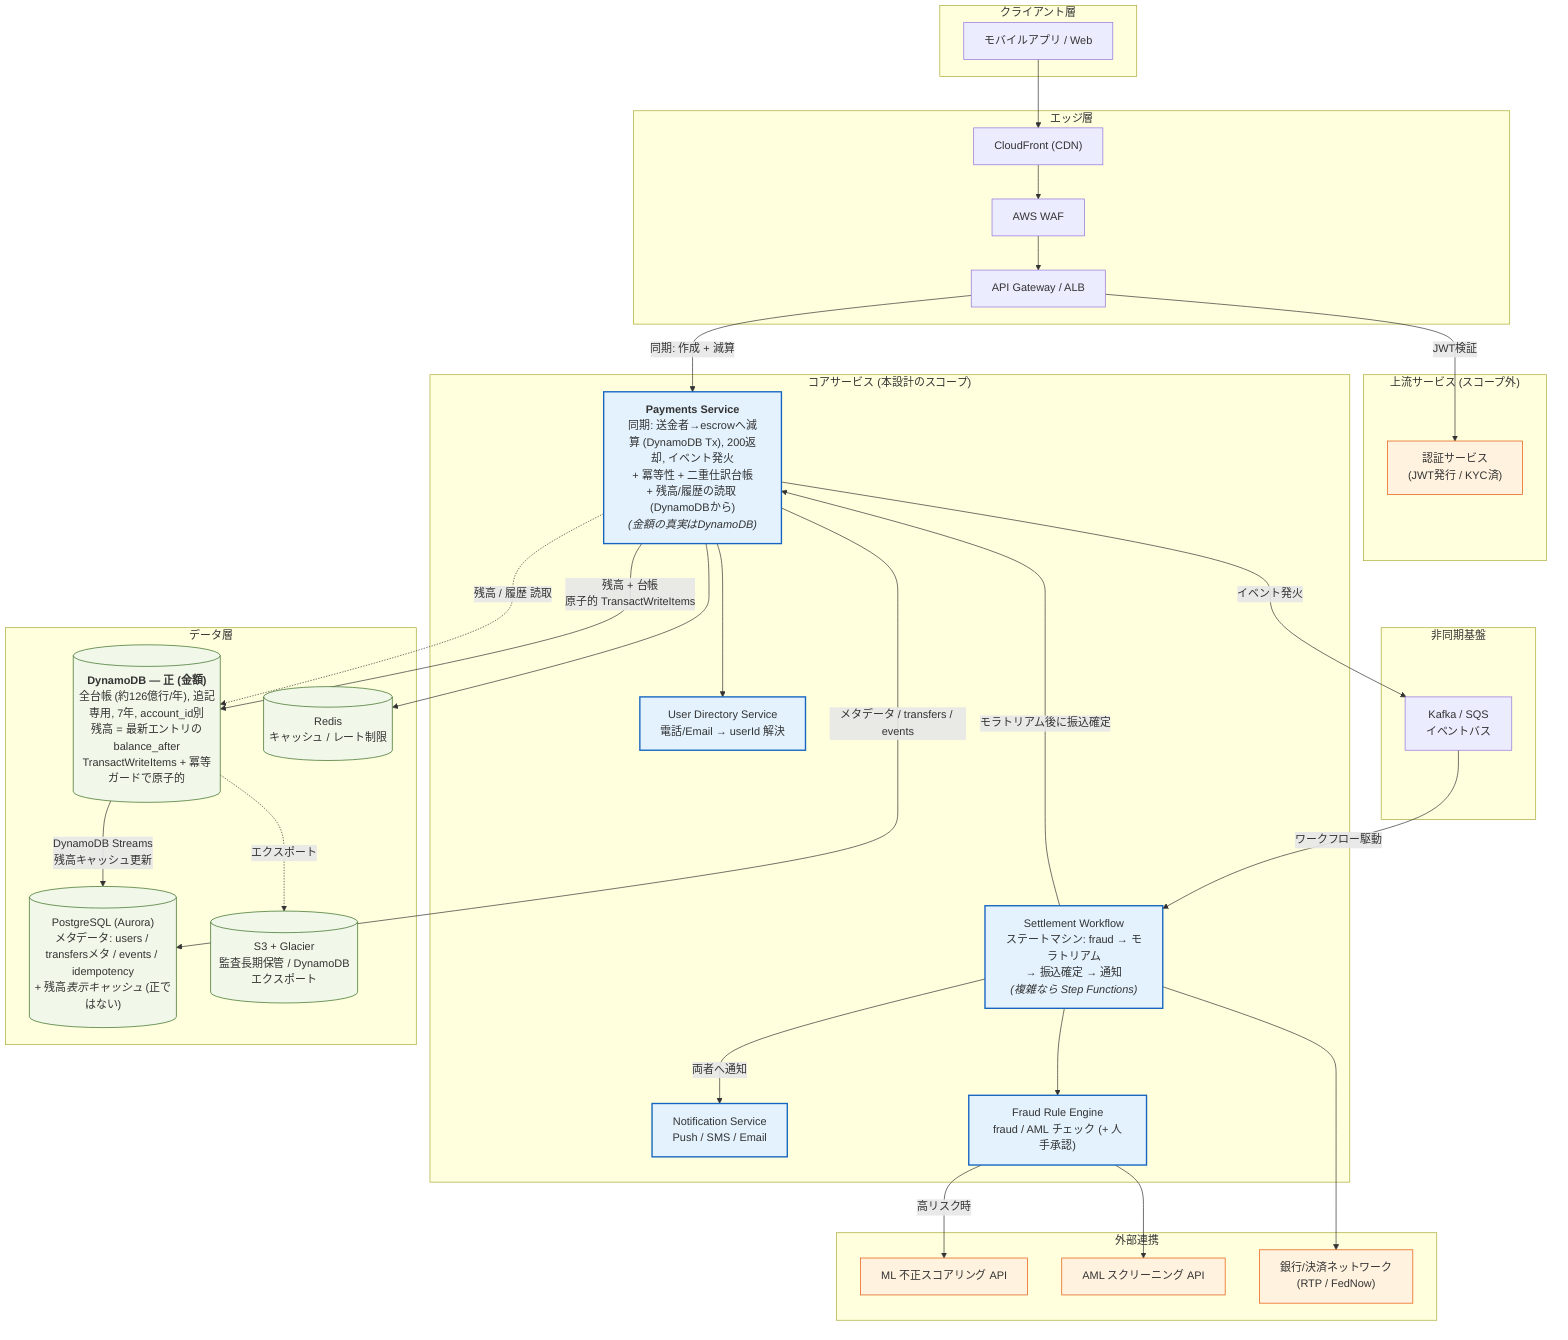
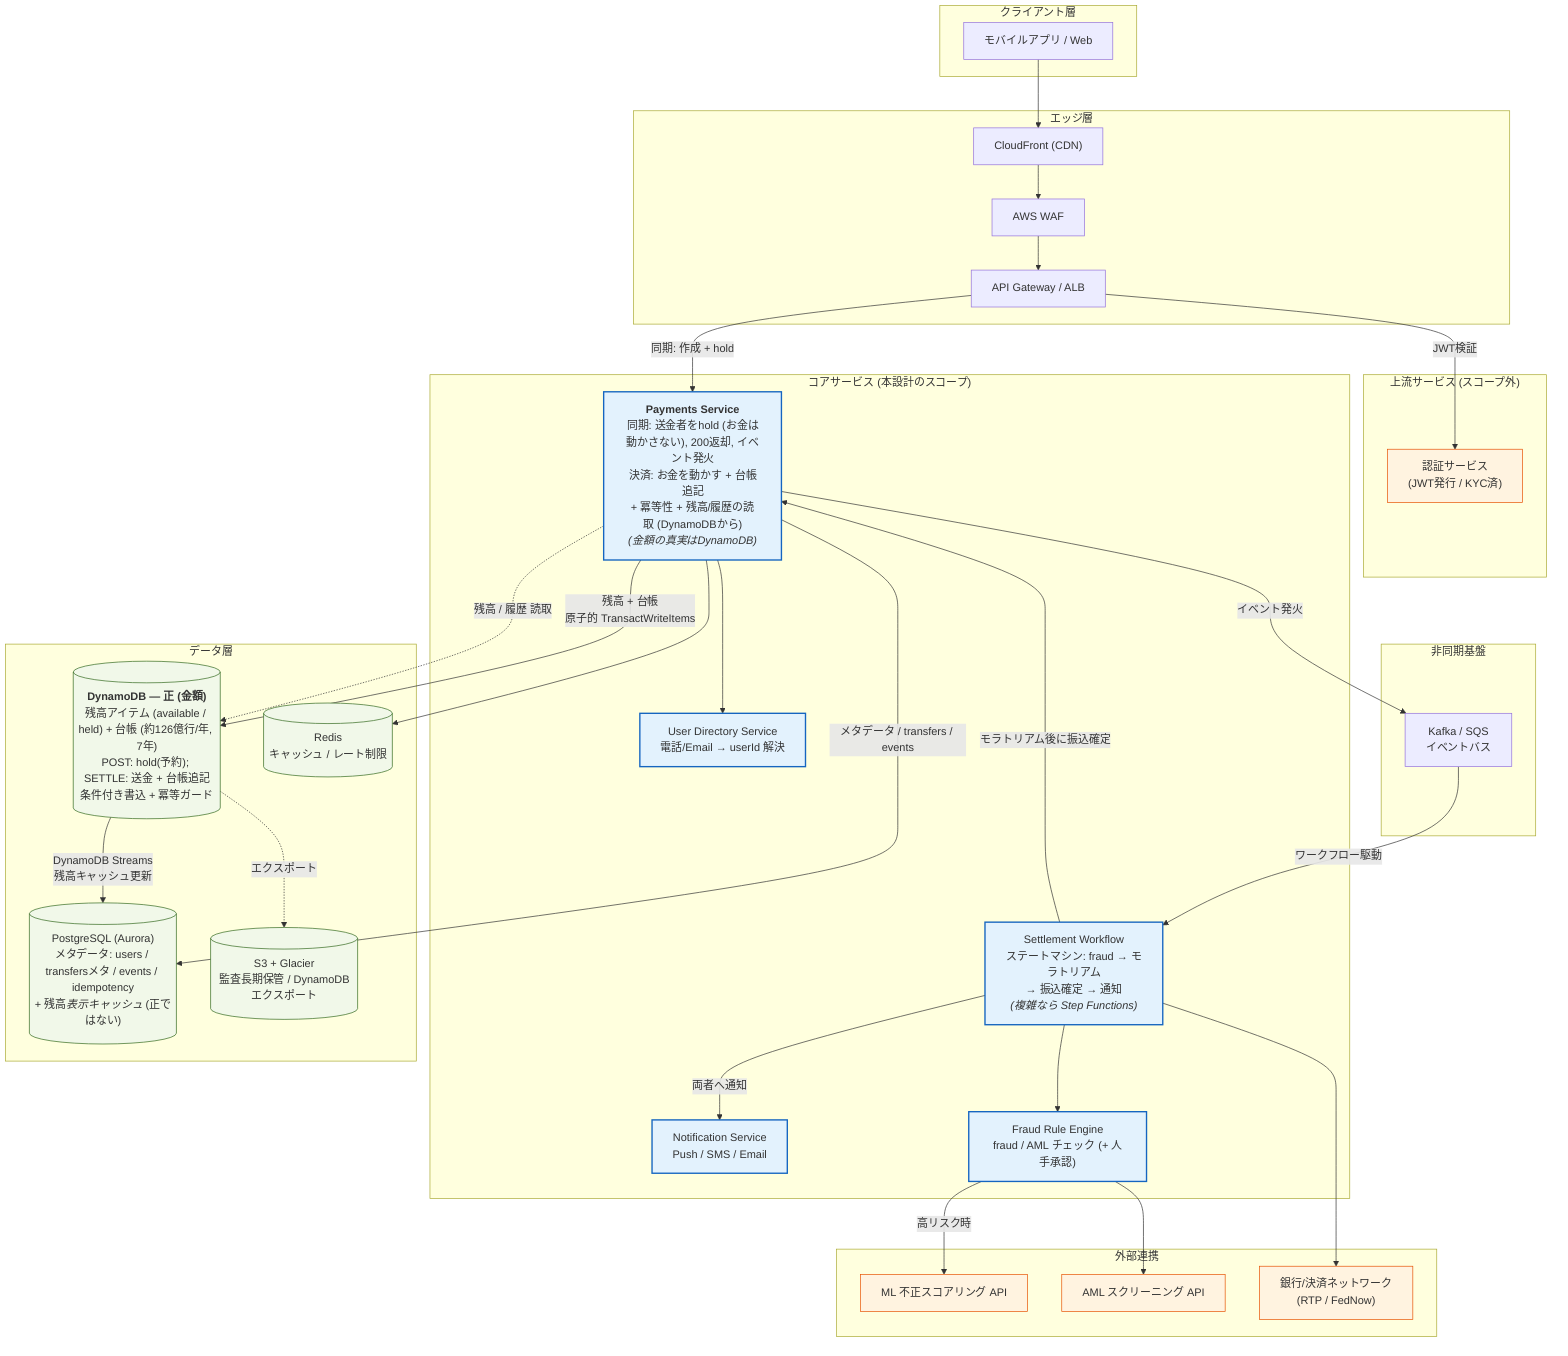
graph TB
    subgraph Client["クライアント層"]
        MOBILE["モバイルアプリ / Web"]
    end

    subgraph Edge["エッジ層"]
        CDN["CloudFront (CDN)"]
        WAF["AWS WAF"]
        APIGW["API Gateway / ALB"]
    end

    subgraph Upstream["上流サービス (スコープ外)"]
        AUTH["認証サービス<br/>(JWT発行 / KYC済)"]
    end

    subgraph Core["コアサービス (本設計のスコープ)"]
-         PAYMENTS["<b>Payments Service</b><br/>同期: 送金者→escrowへ減算 (DynamoDB Tx), 200返却, イベント発火<br/>+ 冪等性 + 二重仕訳台帳<br/>+ 残高/履歴の読取 (DynamoDBから)<br/><i>(金額の真実はDynamoDB)</i>"]
+         PAYMENTS["<b>Payments Service</b><br/>同期: 送金者をhold (お金は動かさない), 200返却, イベント発火<br/>決済: お金を動かす + 台帳追記<br/>+ 冪等性 + 残高/履歴の読取 (DynamoDBから)<br/><i>(金額の真実はDynamoDB)</i>"]
        WF["Settlement Workflow<br/>ステートマシン: fraud → モラトリアム<br/>→ 振込確定 → 通知<br/><i>(複雑なら Step Functions)</i>"]
        USER["User Directory Service<br/>電話/Email → userId 解決"]
        NOTIFY["Notification Service<br/>Push / SMS / Email"]
        FRAUD["Fraud Rule Engine<br/>fraud / AML チェック (+ 人手承認)"]
    end

    subgraph Async["非同期基盤"]
        MQ["Kafka / SQS<br/>イベントバス"]
    end

    subgraph Data["データ層"]
-         DDB[("<b>DynamoDB — 正 (金額)</b><br/>全台帳 (約126億行/年), 追記専用, 7年, account_id別<br/>残高 = 最新エントリのbalance_after<br/>TransactWriteItems + 冪等ガードで原子的")]
+         DDB[("<b>DynamoDB — 正 (金額)</b><br/>残高アイテム (available / held) + 台帳 (約126億行/年, 7年)<br/>POST: hold(予約); SETTLE: 送金 + 台帳追記<br/>条件付き書込 + 冪等ガード")]
        LEDGERDB[("PostgreSQL (Aurora)<br/>メタデータ: users / transfersメタ / events / idempotency<br/>+ 残高<i>表示キャッシュ</i> (正ではない)")]
        CACHE[("Redis<br/>キャッシュ / レート制限")]
        ARCHIVE[("S3 + Glacier<br/>監査長期保管 / DynamoDBエクスポート")]
    end

    subgraph External["外部連携"]
        ML["ML 不正スコアリング API"]
        AML["AML スクリーニング API"]
        BANK["銀行/決済ネットワーク<br/>(RTP / FedNow)"]
    end

    MOBILE --> CDN --> WAF --> APIGW
    APIGW -->|JWT検証| AUTH
-     APIGW -->|同期: 作成 + 減算| PAYMENTS
+     APIGW -->|同期: 作成 + hold| PAYMENTS

    PAYMENTS --> USER
    PAYMENTS --> CACHE
    PAYMENTS -->|残高 + 台帳<br/>原子的 TransactWriteItems| DDB
    PAYMENTS -.残高 / 履歴 読取.-> DDB
    PAYMENTS -->|メタデータ / transfers / events| LEDGERDB
    PAYMENTS -->|イベント発火| MQ

    MQ -->|ワークフロー駆動| WF
    WF --> FRAUD
    WF -->|モラトリアム後に振込確定| PAYMENTS
    WF --> BANK
    WF -->|両者へ通知| NOTIFY

    FRAUD -->|高リスク時| ML
    FRAUD --> AML

    DDB -->|DynamoDB Streams<br/>残高キャッシュ更新| LEDGERDB
    DDB -.エクスポート.-> ARCHIVE

    classDef scope fill:#e3f2fd,stroke:#1565c0,stroke-width:2px;
    classDef ext fill:#fff3e0,stroke:#e65100,stroke-width:1px;
    classDef data fill:#f1f8e9,stroke:#33691e,stroke-width:1px;
    class PAYMENTS,WF,USER,NOTIFY,FRAUD scope;
    class ML,AML,BANK,AUTH ext;
    class DDB,LEDGERDB,CACHE,ARCHIVE data;
